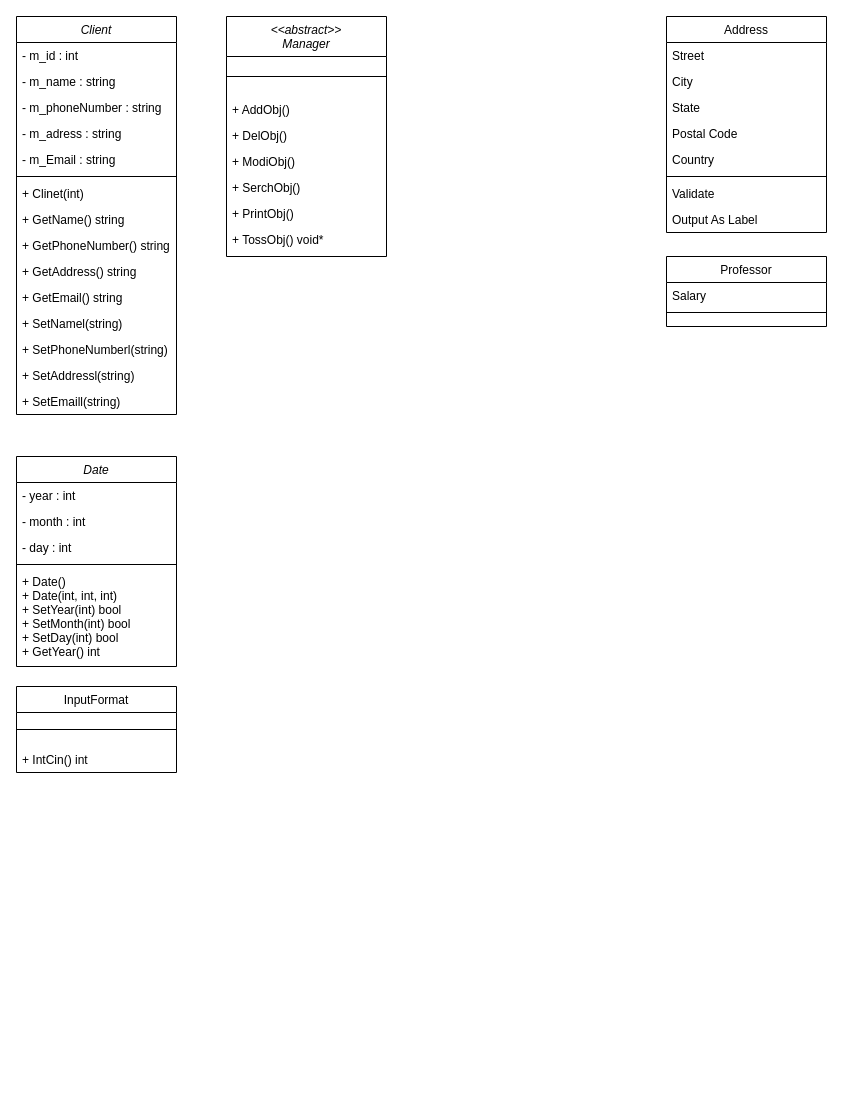
Above: Client-Product-manager.drawio in SaintMonguss/Customer-Product-management-project (draw.io), before the change. Source tidied: cells renumbered, new cells numbered last; positions are measured from the earlier drawing's top-left corner, leaving out a move shared by most shapes. Both pictures are drawn from the tidied source at 100%, with x=0, y=0 at pixel (16, 16).
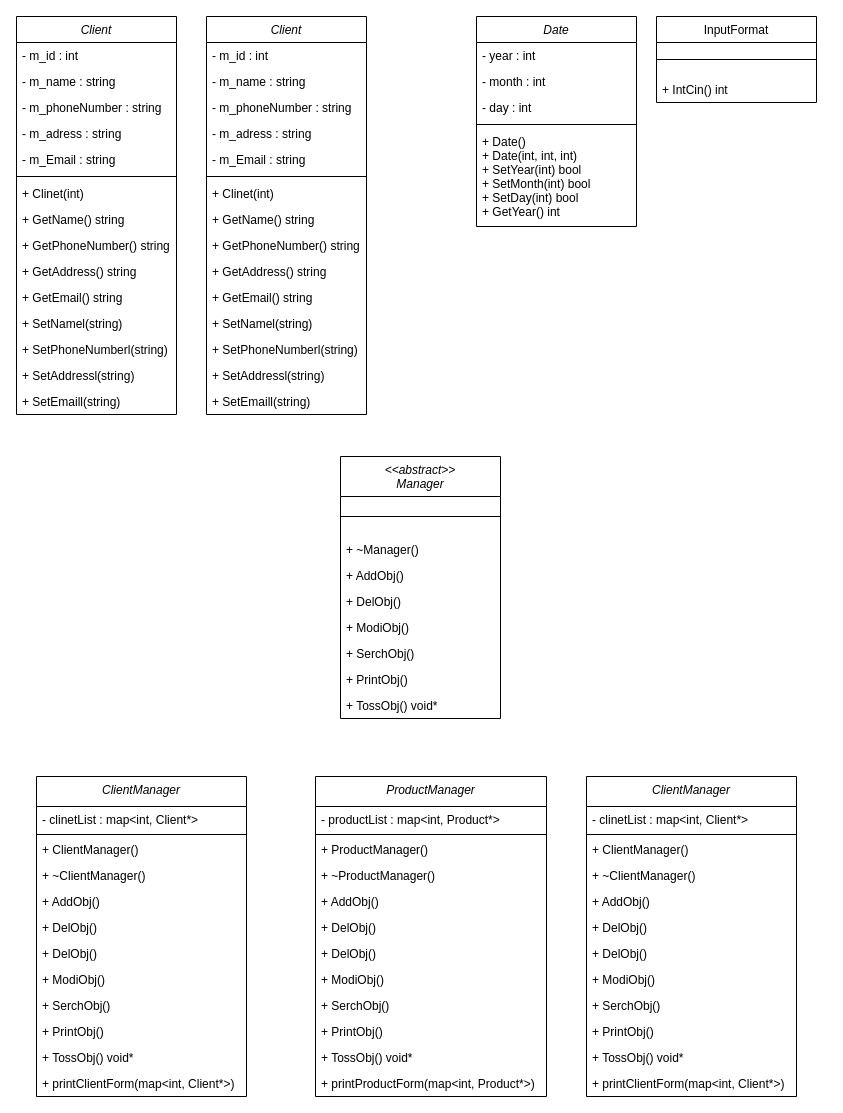
Above is the later version.

What changed in the source:
```diff
@@
     <mxCell id="18" value="InputFormat" style="swimlane;fontStyle=0;align=center;verticalAlign=top;horizontal=1;startSize=26;rounded=0;shadow=0;strokeWidth=1;" parent="1" vertex="1">
-      <mxGeometry y="670" width="160" height="86" as="geometry" />
+      <mxGeometry x="640" width="160" height="86" as="geometry" />
     </mxCell>
@@
-    <mxCell id="21" value="Professor" style="swimlane;fontStyle=0;align=center;verticalAlign=top;horizontal=1;startSize=26;rounded=0;shadow=0;strokeWidth=1;" parent="1" vertex="1">
-      <mxGeometry x="650" y="240" width="160" height="70" as="geometry" />
-    </mxCell>
-    <mxCell id="22" value="Salary" style="text;align=left;verticalAlign=top;spacingLeft=4;spacingRight=4;overflow=hidden;" parent="21" vertex="1">
-      <mxGeometry y="26" width="160" height="26" as="geometry" />
-    </mxCell>
-    <mxCell id="23" style="line;html=1;strokeWidth=1;align=left;verticalAlign=middle;spacingTop=-1;spacingLeft=3;spacingRight=3;labelPosition=right;" parent="21" vertex="1">
-      <mxGeometry y="52" width="160" height="8" as="geometry" />
-    </mxCell>
-    <mxCell id="24" value="Address" style="swimlane;fontStyle=0;align=center;verticalAlign=top;horizontal=1;startSize=26;rounded=0;shadow=0;strokeWidth=1;" parent="1" vertex="1">
-      <mxGeometry x="650" width="160" height="216" as="geometry" />
-    </mxCell>
-    <mxCell id="25" value="Street" style="text;align=left;verticalAlign=top;spacingLeft=4;spacingRight=4;overflow=hidden;" parent="24" vertex="1">
-      <mxGeometry y="26" width="160" height="26" as="geometry" />
-    </mxCell>
-    <mxCell id="26" value="City" style="text;align=left;verticalAlign=top;spacingLeft=4;spacingRight=4;overflow=hidden;rounded=0;shadow=0;html=0;" parent="24" vertex="1">
-      <mxGeometry y="52" width="160" height="26" as="geometry" />
-    </mxCell>
-    <mxCell id="27" value="State" style="text;align=left;verticalAlign=top;spacingLeft=4;spacingRight=4;overflow=hidden;rounded=0;shadow=0;html=0;" parent="24" vertex="1">
-      <mxGeometry y="78" width="160" height="26" as="geometry" />
-    </mxCell>
-    <mxCell id="28" value="Postal Code" style="text;align=left;verticalAlign=top;spacingLeft=4;spacingRight=4;overflow=hidden;rounded=0;shadow=0;html=0;" parent="24" vertex="1">
-      <mxGeometry y="104" width="160" height="26" as="geometry" />
-    </mxCell>
-    <mxCell id="29" value="Country" style="text;align=left;verticalAlign=top;spacingLeft=4;spacingRight=4;overflow=hidden;rounded=0;shadow=0;html=0;" parent="24" vertex="1">
-      <mxGeometry y="130" width="160" height="26" as="geometry" />
-    </mxCell>
-    <mxCell id="30" style="line;html=1;strokeWidth=1;align=left;verticalAlign=middle;spacingTop=-1;spacingLeft=3;spacingRight=3;labelPosition=right;" parent="24" vertex="1">
-      <mxGeometry y="156" width="160" height="8" as="geometry" />
-    </mxCell>
-    <mxCell id="31" value="Validate" style="text;align=left;verticalAlign=top;spacingLeft=4;spacingRight=4;overflow=hidden;" parent="24" vertex="1">
-      <mxGeometry y="164" width="160" height="26" as="geometry" />
-    </mxCell>
-    <mxCell id="32" value="Output As Label" style="text;align=left;verticalAlign=top;spacingLeft=4;spacingRight=4;overflow=hidden;" parent="24" vertex="1">
-      <mxGeometry y="190" width="160" height="26" as="geometry" />
-    </mxCell>
     <mxCell id="33" value="Date" style="swimlane;fontStyle=2;align=center;verticalAlign=top;horizontal=1;startSize=26;rounded=0;shadow=0;strokeWidth=1;" parent="1" vertex="1">
-      <mxGeometry y="440" width="160" height="210" as="geometry" />
+      <mxGeometry x="460" width="160" height="210" as="geometry" />
     </mxCell>
@@
     <mxCell id="39" value="&lt;&lt;abstract&gt;&gt;&#10;Manager" style="swimlane;fontStyle=2;align=center;verticalAlign=top;horizontal=1;startSize=40;rounded=0;shadow=0;strokeWidth=1;" parent="1" vertex="1">
-      <mxGeometry x="210" width="160" height="240" as="geometry" />
+      <mxGeometry x="324" y="440" width="160" height="262" as="geometry" />
     </mxCell>
@@
+    <mxCell id="47" value="+ ~Manager()" style="text;align=left;verticalAlign=top;spacingLeft=4;spacingRight=4;overflow=hidden;" parent="39" vertex="1">
+      <mxGeometry y="80" width="160" height="26" as="geometry" />
+    </mxCell>
     <mxCell id="41" value="+ AddObj()" style="text;align=left;verticalAlign=top;spacingLeft=4;spacingRight=4;overflow=hidden;" parent="39" vertex="1">
-      <mxGeometry y="80" width="160" height="26" as="geometry" />
+      <mxGeometry y="106" width="160" height="26" as="geometry" />
     </mxCell>
     <mxCell id="42" value="+ DelObj()" style="text;align=left;verticalAlign=top;spacingLeft=4;spacingRight=4;overflow=hidden;" parent="39" vertex="1">
-      <mxGeometry y="106" width="160" height="26" as="geometry" />
+      <mxGeometry y="132" width="160" height="26" as="geometry" />
     </mxCell>
     <mxCell id="43" value="+ ModiObj()" style="text;align=left;verticalAlign=top;spacingLeft=4;spacingRight=4;overflow=hidden;" parent="39" vertex="1">
-      <mxGeometry y="132" width="160" height="26" as="geometry" />
+      <mxGeometry y="158" width="160" height="26" as="geometry" />
     </mxCell>
     <mxCell id="44" value="+ SerchObj()" style="text;align=left;verticalAlign=top;spacingLeft=4;spacingRight=4;overflow=hidden;" parent="39" vertex="1">
-      <mxGeometry y="158" width="160" height="26" as="geometry" />
+      <mxGeometry y="184" width="160" height="26" as="geometry" />
     </mxCell>
     <mxCell id="45" value="+ PrintObj()" style="text;align=left;verticalAlign=top;spacingLeft=4;spacingRight=4;overflow=hidden;" parent="39" vertex="1">
-      <mxGeometry y="184" width="160" height="26" as="geometry" />
+      <mxGeometry y="210" width="160" height="26" as="geometry" />
     </mxCell>
     <mxCell id="46" value="+ TossObj() void*" style="text;align=left;verticalAlign=top;spacingLeft=4;spacingRight=4;overflow=hidden;" parent="39" vertex="1">
-      <mxGeometry y="210" width="160" height="26" as="geometry" />
+      <mxGeometry y="236" width="160" height="26" as="geometry" />
     </mxCell>
+    <mxCell id="48" value="ClientManager" style="swimlane;fontStyle=2;align=center;verticalAlign=top;horizontal=1;startSize=30;rounded=0;shadow=0;strokeWidth=1;" parent="1" vertex="1">
+      <mxGeometry x="20" y="760" width="210" height="320" as="geometry" />
+    </mxCell>
+    <mxCell id="49" value="- clinetList : map&lt;int, Client*&gt;" style="text;align=left;verticalAlign=top;spacingLeft=4;spacingRight=4;overflow=hidden;" parent="48" vertex="1">
+      <mxGeometry y="30" width="210" height="26" as="geometry" />
+    </mxCell>
+    <mxCell id="50" style="line;html=1;strokeWidth=1;align=left;verticalAlign=middle;spacingTop=-1;spacingLeft=3;spacingRight=3;labelPosition=right;" parent="48" vertex="1">
+      <mxGeometry y="56" width="210" height="4" as="geometry" />
+    </mxCell>
+    <mxCell id="51" value="+ ClientManager()" style="text;align=left;verticalAlign=top;spacingLeft=4;spacingRight=4;overflow=hidden;" parent="48" vertex="1">
+      <mxGeometry y="60" width="210" height="26" as="geometry" />
+    </mxCell>
+    <mxCell id="52" value="+ ~ClientManager()" style="text;align=left;verticalAlign=top;spacingLeft=4;spacingRight=4;overflow=hidden;" parent="48" vertex="1">
+      <mxGeometry y="86" width="210" height="26" as="geometry" />
+    </mxCell>
+    <mxCell id="53" value="+ AddObj()" style="text;align=left;verticalAlign=top;spacingLeft=4;spacingRight=4;overflow=hidden;" parent="48" vertex="1">
+      <mxGeometry y="112" width="210" height="26" as="geometry" />
+    </mxCell>
+    <mxCell id="54" value="+ DelObj()" style="text;align=left;verticalAlign=top;spacingLeft=4;spacingRight=4;overflow=hidden;" parent="48" vertex="1">
+      <mxGeometry y="138" width="210" height="26" as="geometry" />
+    </mxCell>
+    <mxCell id="55" value="+ DelObj()" style="text;align=left;verticalAlign=top;spacingLeft=4;spacingRight=4;overflow=hidden;" parent="48" vertex="1">
+      <mxGeometry y="164" width="210" height="26" as="geometry" />
+    </mxCell>
+    <mxCell id="56" value="+ ModiObj()" style="text;align=left;verticalAlign=top;spacingLeft=4;spacingRight=4;overflow=hidden;" parent="48" vertex="1">
+      <mxGeometry y="190" width="210" height="26" as="geometry" />
+    </mxCell>
+    <mxCell id="57" value="+ SerchObj()" style="text;align=left;verticalAlign=top;spacingLeft=4;spacingRight=4;overflow=hidden;" parent="48" vertex="1">
+      <mxGeometry y="216" width="210" height="26" as="geometry" />
+    </mxCell>
+    <mxCell id="58" value="+ PrintObj()" style="text;align=left;verticalAlign=top;spacingLeft=4;spacingRight=4;overflow=hidden;" parent="48" vertex="1">
+      <mxGeometry y="242" width="210" height="26" as="geometry" />
+    </mxCell>
+    <mxCell id="59" value="+ TossObj() void*" style="text;align=left;verticalAlign=top;spacingLeft=4;spacingRight=4;overflow=hidden;" parent="48" vertex="1">
+      <mxGeometry y="268" width="210" height="26" as="geometry" />
+    </mxCell>
+    <mxCell id="60" value="+ printClientForm(map&lt;int, Client*&gt;)" style="text;align=left;verticalAlign=top;spacingLeft=4;spacingRight=4;overflow=hidden;" parent="48" vertex="1">
+      <mxGeometry y="294" width="210" height="26" as="geometry" />
+    </mxCell>
+    <mxCell id="61" value="ProductManager" style="swimlane;fontStyle=2;align=center;verticalAlign=top;horizontal=1;startSize=30;rounded=0;shadow=0;strokeWidth=1;" parent="1" vertex="1">
+      <mxGeometry x="299" y="760" width="231" height="320" as="geometry" />
+    </mxCell>
+    <mxCell id="62" value="- productList : map&lt;int, Product*&gt;" style="text;align=left;verticalAlign=top;spacingLeft=4;spacingRight=4;overflow=hidden;" parent="61" vertex="1">
+      <mxGeometry y="30" width="231" height="26" as="geometry" />
+    </mxCell>
+    <mxCell id="63" style="line;html=1;strokeWidth=1;align=left;verticalAlign=middle;spacingTop=-1;spacingLeft=3;spacingRight=3;labelPosition=right;" parent="61" vertex="1">
+      <mxGeometry y="56" width="231" height="4" as="geometry" />
+    </mxCell>
+    <mxCell id="64" value="+ ProductManager()" style="text;align=left;verticalAlign=top;spacingLeft=4;spacingRight=4;overflow=hidden;" parent="61" vertex="1">
+      <mxGeometry y="60" width="231" height="26" as="geometry" />
+    </mxCell>
+    <mxCell id="65" value="+ ~ProductManager()" style="text;align=left;verticalAlign=top;spacingLeft=4;spacingRight=4;overflow=hidden;" parent="61" vertex="1">
+      <mxGeometry y="86" width="231" height="26" as="geometry" />
+    </mxCell>
+    <mxCell id="66" value="+ AddObj()" style="text;align=left;verticalAlign=top;spacingLeft=4;spacingRight=4;overflow=hidden;" parent="61" vertex="1">
+      <mxGeometry y="112" width="231" height="26" as="geometry" />
+    </mxCell>
+    <mxCell id="67" value="+ DelObj()" style="text;align=left;verticalAlign=top;spacingLeft=4;spacingRight=4;overflow=hidden;" parent="61" vertex="1">
+      <mxGeometry y="138" width="231" height="26" as="geometry" />
+    </mxCell>
+    <mxCell id="68" value="+ DelObj()" style="text;align=left;verticalAlign=top;spacingLeft=4;spacingRight=4;overflow=hidden;" parent="61" vertex="1">
+      <mxGeometry y="164" width="231" height="26" as="geometry" />
+    </mxCell>
+    <mxCell id="69" value="+ ModiObj()" style="text;align=left;verticalAlign=top;spacingLeft=4;spacingRight=4;overflow=hidden;" parent="61" vertex="1">
+      <mxGeometry y="190" width="231" height="26" as="geometry" />
+    </mxCell>
+    <mxCell id="70" value="+ SerchObj()" style="text;align=left;verticalAlign=top;spacingLeft=4;spacingRight=4;overflow=hidden;" parent="61" vertex="1">
+      <mxGeometry y="216" width="231" height="26" as="geometry" />
+    </mxCell>
+    <mxCell id="71" value="+ PrintObj()" style="text;align=left;verticalAlign=top;spacingLeft=4;spacingRight=4;overflow=hidden;" parent="61" vertex="1">
+      <mxGeometry y="242" width="231" height="26" as="geometry" />
+    </mxCell>
+    <mxCell id="72" value="+ TossObj() void*" style="text;align=left;verticalAlign=top;spacingLeft=4;spacingRight=4;overflow=hidden;" parent="61" vertex="1">
+      <mxGeometry y="268" width="231" height="26" as="geometry" />
+    </mxCell>
+    <mxCell id="73" value="+ printProductForm(map&lt;int, Product*&gt;)" style="text;align=left;verticalAlign=top;spacingLeft=4;spacingRight=4;overflow=hidden;" parent="61" vertex="1">
+      <mxGeometry y="294" width="231" height="26" as="geometry" />
+    </mxCell>
+    <mxCell id="74" value="ClientManager" style="swimlane;fontStyle=2;align=center;verticalAlign=top;horizontal=1;startSize=30;rounded=0;shadow=0;strokeWidth=1;" parent="1" vertex="1">
+      <mxGeometry x="570" y="760" width="210" height="320" as="geometry" />
+    </mxCell>
+    <mxCell id="75" value="- clinetList : map&lt;int, Client*&gt;" style="text;align=left;verticalAlign=top;spacingLeft=4;spacingRight=4;overflow=hidden;" parent="74" vertex="1">
+      <mxGeometry y="30" width="210" height="26" as="geometry" />
+    </mxCell>
+    <mxCell id="76" style="line;html=1;strokeWidth=1;align=left;verticalAlign=middle;spacingTop=-1;spacingLeft=3;spacingRight=3;labelPosition=right;" parent="74" vertex="1">
+      <mxGeometry y="56" width="210" height="4" as="geometry" />
+    </mxCell>
+    <mxCell id="77" value="+ ClientManager()" style="text;align=left;verticalAlign=top;spacingLeft=4;spacingRight=4;overflow=hidden;" parent="74" vertex="1">
+      <mxGeometry y="60" width="210" height="26" as="geometry" />
+    </mxCell>
+    <mxCell id="78" value="+ ~ClientManager()" style="text;align=left;verticalAlign=top;spacingLeft=4;spacingRight=4;overflow=hidden;" parent="74" vertex="1">
+      <mxGeometry y="86" width="210" height="26" as="geometry" />
+    </mxCell>
+    <mxCell id="79" value="+ AddObj()" style="text;align=left;verticalAlign=top;spacingLeft=4;spacingRight=4;overflow=hidden;" parent="74" vertex="1">
+      <mxGeometry y="112" width="210" height="26" as="geometry" />
+    </mxCell>
+    <mxCell id="80" value="+ DelObj()" style="text;align=left;verticalAlign=top;spacingLeft=4;spacingRight=4;overflow=hidden;" parent="74" vertex="1">
+      <mxGeometry y="138" width="210" height="26" as="geometry" />
+    </mxCell>
+    <mxCell id="81" value="+ DelObj()" style="text;align=left;verticalAlign=top;spacingLeft=4;spacingRight=4;overflow=hidden;" parent="74" vertex="1">
+      <mxGeometry y="164" width="210" height="26" as="geometry" />
+    </mxCell>
+    <mxCell id="82" value="+ ModiObj()" style="text;align=left;verticalAlign=top;spacingLeft=4;spacingRight=4;overflow=hidden;" parent="74" vertex="1">
+      <mxGeometry y="190" width="210" height="26" as="geometry" />
+    </mxCell>
+    <mxCell id="83" value="+ SerchObj()" style="text;align=left;verticalAlign=top;spacingLeft=4;spacingRight=4;overflow=hidden;" parent="74" vertex="1">
+      <mxGeometry y="216" width="210" height="26" as="geometry" />
+    </mxCell>
+    <mxCell id="84" value="+ PrintObj()" style="text;align=left;verticalAlign=top;spacingLeft=4;spacingRight=4;overflow=hidden;" parent="74" vertex="1">
+      <mxGeometry y="242" width="210" height="26" as="geometry" />
+    </mxCell>
+    <mxCell id="85" value="+ TossObj() void*" style="text;align=left;verticalAlign=top;spacingLeft=4;spacingRight=4;overflow=hidden;" parent="74" vertex="1">
+      <mxGeometry y="268" width="210" height="26" as="geometry" />
+    </mxCell>
+    <mxCell id="86" value="+ printClientForm(map&lt;int, Client*&gt;)" style="text;align=left;verticalAlign=top;spacingLeft=4;spacingRight=4;overflow=hidden;" parent="74" vertex="1">
+      <mxGeometry y="294" width="210" height="26" as="geometry" />
+    </mxCell>
+    <mxCell id="87" value="Client" style="swimlane;fontStyle=2;align=center;verticalAlign=top;horizontal=1;startSize=26;rounded=0;shadow=0;strokeWidth=1;" parent="1" vertex="1">
+      <mxGeometry x="190" width="160" height="398" as="geometry" />
+    </mxCell>
+    <mxCell id="88" value="- m_id : int" style="text;align=left;verticalAlign=top;spacingLeft=4;spacingRight=4;overflow=hidden;" parent="87" vertex="1">
+      <mxGeometry y="26" width="160" height="26" as="geometry" />
+    </mxCell>
+    <mxCell id="89" value="- m_name : string" style="text;align=left;verticalAlign=top;spacingLeft=4;spacingRight=4;overflow=hidden;rounded=0;shadow=0;html=0;" parent="87" vertex="1">
+      <mxGeometry y="52" width="160" height="26" as="geometry" />
+    </mxCell>
+    <mxCell id="90" value="- m_phoneNumber : string" style="text;align=left;verticalAlign=top;spacingLeft=4;spacingRight=4;overflow=hidden;rounded=0;shadow=0;html=0;" parent="87" vertex="1">
+      <mxGeometry y="78" width="160" height="26" as="geometry" />
+    </mxCell>
+    <mxCell id="91" value="- m_adress : string" style="text;align=left;verticalAlign=top;spacingLeft=4;spacingRight=4;overflow=hidden;rounded=0;shadow=0;html=0;" parent="87" vertex="1">
+      <mxGeometry y="104" width="160" height="26" as="geometry" />
+    </mxCell>
+    <mxCell id="92" value="- m_Email : string" style="text;align=left;verticalAlign=top;spacingLeft=4;spacingRight=4;overflow=hidden;rounded=0;shadow=0;html=0;" parent="87" vertex="1">
+      <mxGeometry y="130" width="160" height="26" as="geometry" />
+    </mxCell>
+    <mxCell id="30" style="line;html=1;strokeWidth=1;align=left;verticalAlign=middle;spacingTop=-1;spacingLeft=3;spacingRight=3;labelPosition=right;" parent="87" vertex="1">
+      <mxGeometry y="156" width="160" height="8" as="geometry" />
+    </mxCell>
+    <mxCell id="93" value="+ Clinet(int) " style="text;align=left;verticalAlign=top;spacingLeft=4;spacingRight=4;overflow=hidden;" parent="87" vertex="1">
+      <mxGeometry y="164" width="160" height="26" as="geometry" />
+    </mxCell>
+    <mxCell id="94" value="+ GetName() string" style="text;align=left;verticalAlign=top;spacingLeft=4;spacingRight=4;overflow=hidden;" parent="87" vertex="1">
+      <mxGeometry y="190" width="160" height="26" as="geometry" />
+    </mxCell>
+    <mxCell id="95" value="+ GetPhoneNumber() string" style="text;align=left;verticalAlign=top;spacingLeft=4;spacingRight=4;overflow=hidden;" parent="87" vertex="1">
+      <mxGeometry y="216" width="160" height="26" as="geometry" />
+    </mxCell>
+    <mxCell id="96" value="+ GetAddress() string" style="text;align=left;verticalAlign=top;spacingLeft=4;spacingRight=4;overflow=hidden;" parent="87" vertex="1">
+      <mxGeometry y="242" width="160" height="26" as="geometry" />
+    </mxCell>
+    <mxCell id="97" value="+ GetEmail() string" style="text;align=left;verticalAlign=top;spacingLeft=4;spacingRight=4;overflow=hidden;" parent="87" vertex="1">
+      <mxGeometry y="268" width="160" height="26" as="geometry" />
+    </mxCell>
+    <mxCell id="98" value="+ SetNamel(string)" style="text;align=left;verticalAlign=top;spacingLeft=4;spacingRight=4;overflow=hidden;" parent="87" vertex="1">
+      <mxGeometry y="294" width="160" height="26" as="geometry" />
+    </mxCell>
+    <mxCell id="99" value="+ SetPhoneNumberl(string)" style="text;align=left;verticalAlign=top;spacingLeft=4;spacingRight=4;overflow=hidden;" parent="87" vertex="1">
+      <mxGeometry y="320" width="160" height="26" as="geometry" />
+    </mxCell>
+    <mxCell id="100" value="+ SetAddressl(string)" style="text;align=left;verticalAlign=top;spacingLeft=4;spacingRight=4;overflow=hidden;" parent="87" vertex="1">
+      <mxGeometry y="346" width="160" height="26" as="geometry" />
+    </mxCell>
+    <mxCell id="101" value="+ SetEmaill(string)" style="text;align=left;verticalAlign=top;spacingLeft=4;spacingRight=4;overflow=hidden;" parent="87" vertex="1">
+      <mxGeometry y="372" width="160" height="26" as="geometry" />
+    </mxCell>
```
